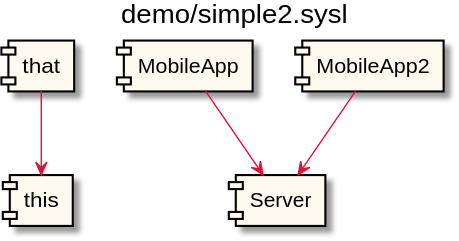
Earlier version of the PlantUML export docs/integration.svg (anz-bank/sysl-catalog).
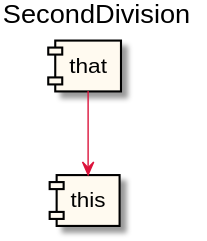
The same file after the commit.

What changed in the source:
```diff
@@ -1,7 +1,7 @@
 @startuml
 
 
-title demo/simple2.sysl
+title SecondDivision
 hide stereotype
 scale max 16384 height
 skinparam component {
@@ -9,12 +9,7 @@
   BorderColor Black
   ArrowColor Crimson
 }
-[that] as _0 <<highlight>>
+[that] as _0
 [this] as _1 <<highlight>>
 _0 --> _1
-[MobileApp] as _2 <<highlight>>
-[Server] as _3 <<highlight>>
-_2 --> _3
-[MobileApp2] as _4 <<highlight>>
-_4 --> _3
 @enduml
```
